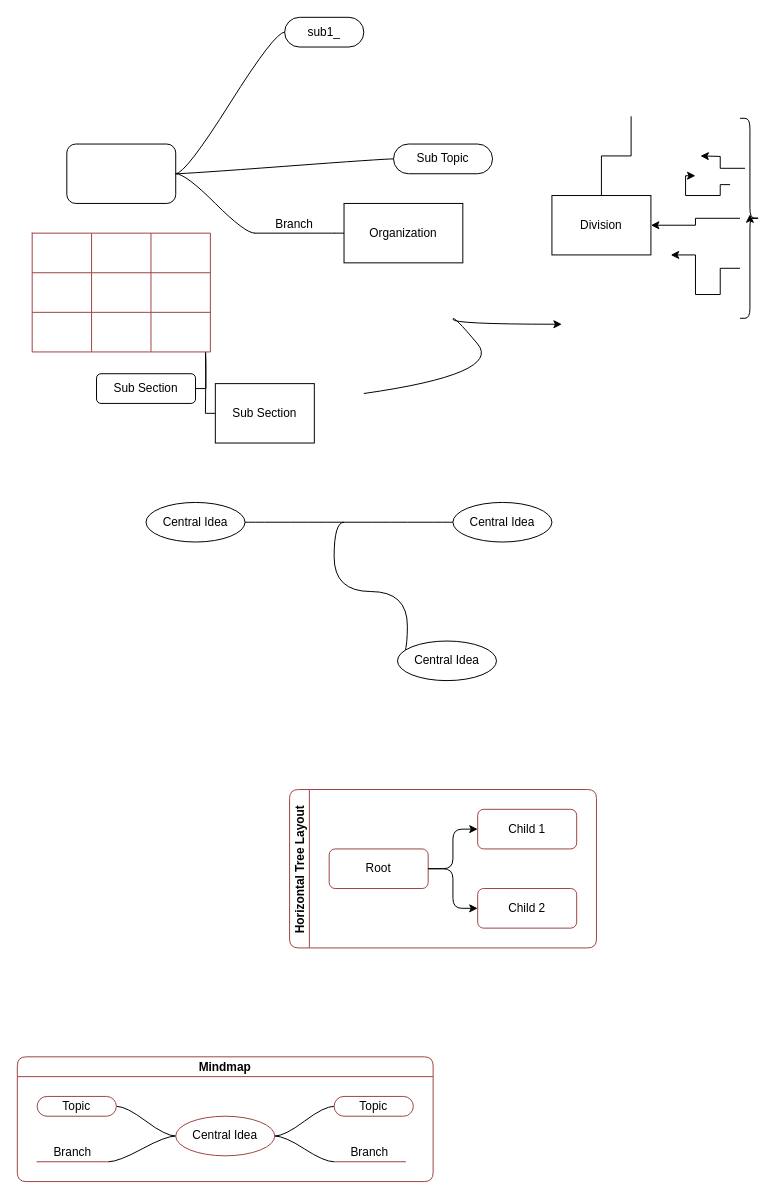
gituserc123/HelloWorld keeps this draw.io diagram as 未命名表单.drawio. Above is the earlier version. Source tidied: cells renumbered, new cells numbered last; positions are measured from the earlier drawing's top-left corner, leaving out a move shared by most shapes. Both pictures are drawn from the tidied source at 99%, with x=0, y=0 at pixel (17, 17).
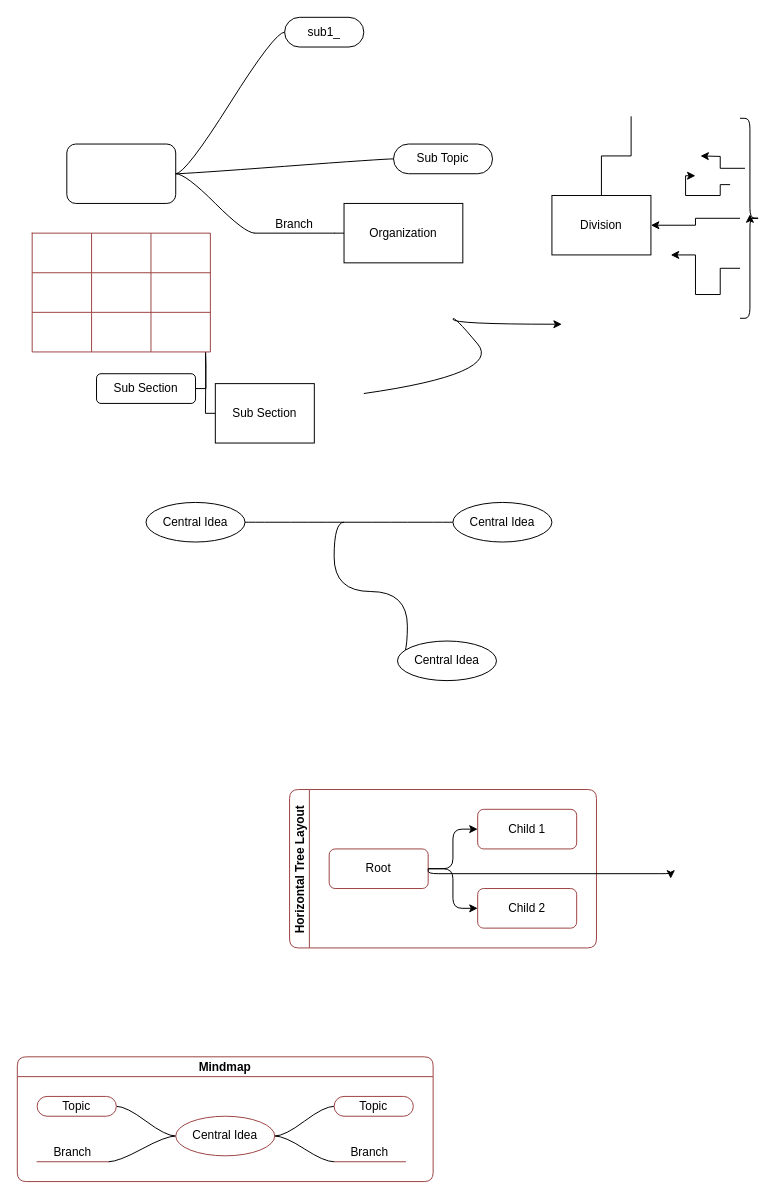
The same page after the edit.

Commit message:
更新未命名表单.drawio

The change refers to these unchanged cells:
```xml
<mxCell id="43" value="Root" style="whiteSpace=wrap;html=1;rounded=1;strokeColor=#9d4343;" parent="42" vertex="1">
  <mxGeometry x="40" y="60" width="100" height="40" as="geometry" />
</mxCell>
```

Change to the diagram source:
```diff
@@
+    <mxCell id="58" style="edgeStyle=elbowEdgeStyle;elbow=vertical;html=1;rounded=1;curved=0;sourcePerimeterSpacing=0;targetPerimeterSpacing=0;startSize=6;endSize=6;exitX=1;exitY=0.5;exitDx=0;exitDy=0;" parent="1" edge="1" source="43">
+      <mxGeometry relative="1" as="geometry">
+        <mxPoint x="660" y="870" as="targetPoint" />
+      </mxGeometry>
+    </mxCell>
```
